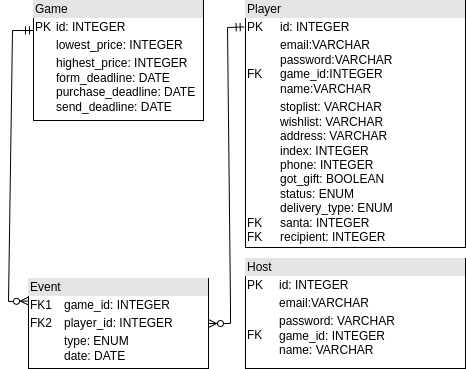
Before: assets/sql.png, a diagram exported from draw.io (moevm/nosql2h24-secret-santa). Source tidied: cells renumbered, new cells last; positions are measured from the earlier drawing's top-left corner, leaving out a move shared by most shapes.
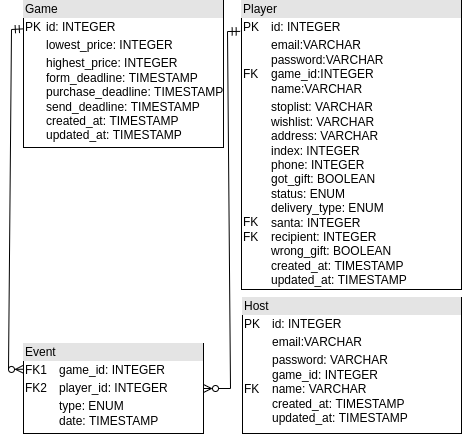
After the change.

The edit, as a diff of the source:
```diff
@@ -2,34 +2,33 @@
   <root>
     <mxCell id="0" />
     <mxCell id="1" parent="0" />
-    <mxCell id="2" value="&lt;div style=&quot;box-sizing:border-box;width:100%;background:#e4e4e4;padding:2px;&quot;&gt;Host&lt;/div&gt;&lt;table style=&quot;width:100%;font-size:1em;&quot; cellpadding=&quot;2&quot; cellspacing=&quot;0&quot;&gt;&lt;tbody&gt;&lt;tr&gt;&lt;td&gt;PK&lt;br&gt;&lt;/td&gt;&lt;td&gt;id: INTEGER&lt;/td&gt;&lt;/tr&gt;&lt;tr&gt;&lt;td&gt;&lt;/td&gt;&lt;td&gt;email:VARCHAR&lt;/td&gt;&lt;/tr&gt;&lt;tr&gt;&lt;td&gt;FK&lt;/td&gt;&lt;td&gt;password: VARCHAR&lt;br&gt;game_id: INTEGER&lt;br&gt;name: VARCHAR&lt;/td&gt;&lt;/tr&gt;&lt;/tbody&gt;&lt;/table&gt;" style="verticalAlign=top;align=left;overflow=fill;html=1;" parent="1" vertex="1">
-      <mxGeometry x="237" y="258" width="220" height="110" as="geometry" />
+    <mxCell id="2" value="&lt;div style=&quot;box-sizing:border-box;width:100%;background:#e4e4e4;padding:2px;&quot;&gt;Host&lt;/div&gt;&lt;table style=&quot;width:100%;font-size:1em;&quot; cellpadding=&quot;2&quot; cellspacing=&quot;0&quot;&gt;&lt;tbody&gt;&lt;tr&gt;&lt;td&gt;PK&lt;br&gt;&lt;/td&gt;&lt;td&gt;id: INTEGER&lt;/td&gt;&lt;/tr&gt;&lt;tr&gt;&lt;td&gt;&lt;/td&gt;&lt;td&gt;email:VARCHAR&lt;/td&gt;&lt;/tr&gt;&lt;tr&gt;&lt;td&gt;FK&lt;/td&gt;&lt;td&gt;password: VARCHAR&lt;br&gt;game_id: INTEGER&lt;br&gt;name: VARCHAR&lt;br&gt;created_at: TIMESTAMP&lt;br style=&quot;border-color: var(--border-color);&quot;&gt;updated_at: TIMESTAMP&lt;br style=&quot;border-color: var(--border-color);&quot;&gt;&lt;/td&gt;&lt;/tr&gt;&lt;/tbody&gt;&lt;/table&gt;" style="verticalAlign=top;align=left;overflow=fill;html=1;" parent="1" vertex="1">
+      <mxGeometry x="234" y="271" width="219" height="136" as="geometry" />
     </mxCell>
-    <mxCell id="3" value="&lt;div style=&quot;box-sizing:border-box;width:100%;background:#e4e4e4;padding:2px;&quot;&gt;Player&lt;/div&gt;&lt;table style=&quot;width:100%;font-size:1em;&quot; cellpadding=&quot;2&quot; cellspacing=&quot;0&quot;&gt;&lt;tbody&gt;&lt;tr&gt;&lt;td&gt;PK&lt;br&gt;&lt;/td&gt;&lt;td&gt;id: INTEGER&lt;/td&gt;&lt;/tr&gt;&lt;tr&gt;&lt;td&gt;&lt;br&gt;FK&lt;/td&gt;&lt;td&gt;email:VARCHAR&lt;br&gt;password:VARCHAR&lt;br&gt;game_id:INTEGER&lt;br&gt;name:VARCHAR&lt;/td&gt;&lt;/tr&gt;&lt;tr&gt;&lt;td&gt;&lt;br&gt;&lt;br&gt;&lt;br&gt;&lt;br&gt;&lt;br&gt;&lt;br&gt;&lt;br&gt;&lt;br&gt;FK&lt;br&gt;FK&lt;/td&gt;&lt;td&gt;stoplist: VARCHAR&lt;br&gt;wishlist: VARCHAR&lt;br&gt;address: VARCHAR&lt;br&gt;index: INTEGER&lt;br&gt;phone: INTEGER&lt;br&gt;got_gift: BOOLEAN&lt;br&gt;status: ENUM&lt;br&gt;delivery_type: ENUM&lt;br&gt;santa: INTEGER&lt;br&gt;recipient: INTEGER&lt;/td&gt;&lt;/tr&gt;&lt;/tbody&gt;&lt;/table&gt;" style="verticalAlign=top;align=left;overflow=fill;html=1;" parent="1" vertex="1">
-      <mxGeometry x="237" width="220" height="247" as="geometry" />
+    <mxCell id="3" value="&lt;div style=&quot;box-sizing:border-box;width:100%;background:#e4e4e4;padding:2px;&quot;&gt;Player&lt;/div&gt;&lt;table style=&quot;width:100%;font-size:1em;&quot; cellpadding=&quot;2&quot; cellspacing=&quot;0&quot;&gt;&lt;tbody&gt;&lt;tr&gt;&lt;td&gt;PK&lt;br&gt;&lt;/td&gt;&lt;td&gt;id: INTEGER&lt;/td&gt;&lt;/tr&gt;&lt;tr&gt;&lt;td&gt;&lt;br&gt;FK&lt;/td&gt;&lt;td&gt;email:VARCHAR&lt;br&gt;password:VARCHAR&lt;br&gt;game_id:INTEGER&lt;br&gt;name:VARCHAR&lt;/td&gt;&lt;/tr&gt;&lt;tr&gt;&lt;td&gt;&lt;br&gt;&lt;br&gt;&lt;br&gt;&lt;br&gt;&lt;br&gt;FK&lt;br&gt;FK&lt;/td&gt;&lt;td&gt;stoplist: VARCHAR&lt;br&gt;wishlist: VARCHAR&lt;br&gt;address: VARCHAR&lt;br&gt;index: INTEGER&lt;br&gt;phone: INTEGER&lt;br&gt;got_gift: BOOLEAN&lt;br&gt;status: ENUM&lt;br&gt;delivery_type: ENUM&lt;br&gt;santa: INTEGER&lt;br&gt;recipient: INTEGER&lt;br&gt;wrong_gift: BOOLEAN&lt;br&gt;created_at: TIMESTAMP&lt;br style=&quot;border-color: var(--border-color);&quot;&gt;updated_at: TIMESTAMP&lt;br style=&quot;border-color: var(--border-color);&quot;&gt;&lt;/td&gt;&lt;/tr&gt;&lt;/tbody&gt;&lt;/table&gt;" style="verticalAlign=top;align=left;overflow=fill;html=1;" parent="1" vertex="1">
+      <mxGeometry x="233" y="-26" width="220" height="289" as="geometry" />
     </mxCell>
     <mxCell id="4" style="edgeStyle=none;html=1;entryX=-0.006;entryY=0.107;entryDx=0;entryDy=0;startArrow=ERzeroToMany;startFill=0;endArrow=ERmandOne;endFill=0;rounded=0;exitX=1;exitY=0.5;exitDx=0;exitDy=0;entryPerimeter=0;" parent="1" edge="1" source="6" target="3">
       <mxGeometry relative="1" as="geometry">
         <Array as="points">
-          <mxPoint x="222" y="323" />
-          <mxPoint x="222" y="305" />
-          <mxPoint x="219" y="27" />
+          <mxPoint x="222" y="362" />
+          <mxPoint x="219" y="5" />
         </Array>
       </mxGeometry>
     </mxCell>
-    <mxCell id="5" style="edgeStyle=none;html=1;exitX=0;exitY=0.25;exitDx=0;exitDy=0;startArrow=ERzeroToMany;startFill=0;endArrow=ERmandOne;endFill=0;rounded=0;entryX=0;entryY=0.25;entryDx=0;entryDy=0;" parent="1" edge="1" source="6" target="7">
+    <mxCell id="5" style="edgeStyle=none;html=1;exitX=0;exitY=0.286;exitDx=0;exitDy=0;startArrow=ERzeroToMany;startFill=0;endArrow=ERmandOne;endFill=0;rounded=0;entryX=-0.001;entryY=0.193;entryDx=0;entryDy=0;entryPerimeter=0;exitPerimeter=0;" parent="1" edge="1" source="6" target="7">
       <mxGeometry relative="1" as="geometry">
         <Array as="points">
-          <mxPoint y="301" />
-          <mxPoint x="4" y="30" />
+          <mxPoint y="343" />
+          <mxPoint x="3" y="3" />
         </Array>
       </mxGeometry>
     </mxCell>
-    <mxCell id="6" value="&lt;div style=&quot;box-sizing:border-box;width:100%;background:#e4e4e4;padding:2px;&quot;&gt;Event&lt;/div&gt;&lt;table style=&quot;width:100%;font-size:1em;&quot; cellpadding=&quot;2&quot; cellspacing=&quot;0&quot;&gt;&lt;tbody&gt;&lt;tr&gt;&lt;td&gt;FK1&lt;/td&gt;&lt;td&gt;game_id: INTEGER&lt;/td&gt;&lt;/tr&gt;&lt;tr&gt;&lt;td&gt;FK2&lt;/td&gt;&lt;td&gt;player_id: INTEGER&lt;/td&gt;&lt;/tr&gt;&lt;tr&gt;&lt;td&gt;&lt;/td&gt;&lt;td&gt;type: ENUM&lt;br&gt;date: DATE&lt;/td&gt;&lt;/tr&gt;&lt;/tbody&gt;&lt;/table&gt;" style="verticalAlign=top;align=left;overflow=fill;html=1;" parent="1" vertex="1">
-      <mxGeometry x="20" y="278" width="180" height="90" as="geometry" />
+    <mxCell id="6" value="&lt;div style=&quot;box-sizing:border-box;width:100%;background:#e4e4e4;padding:2px;&quot;&gt;Event&lt;/div&gt;&lt;table style=&quot;width:100%;font-size:1em;&quot; cellpadding=&quot;2&quot; cellspacing=&quot;0&quot;&gt;&lt;tbody&gt;&lt;tr&gt;&lt;td&gt;FK1&lt;/td&gt;&lt;td&gt;game_id: INTEGER&lt;/td&gt;&lt;/tr&gt;&lt;tr&gt;&lt;td&gt;FK2&lt;/td&gt;&lt;td&gt;player_id: INTEGER&lt;/td&gt;&lt;/tr&gt;&lt;tr&gt;&lt;td&gt;&lt;/td&gt;&lt;td&gt;type: ENUM&lt;br&gt;date: TIMESTAMP&lt;/td&gt;&lt;/tr&gt;&lt;/tbody&gt;&lt;/table&gt;" style="verticalAlign=top;align=left;overflow=fill;html=1;" parent="1" vertex="1">
+      <mxGeometry x="15" y="317" width="180" height="90" as="geometry" />
     </mxCell>
-    <mxCell id="7" value="&lt;div style=&quot;box-sizing:border-box;width:100%;background:#e4e4e4;padding:2px;&quot;&gt;Game&lt;/div&gt;&lt;table style=&quot;width:100%;font-size:1em;&quot; cellpadding=&quot;2&quot; cellspacing=&quot;0&quot;&gt;&lt;tbody&gt;&lt;tr&gt;&lt;td&gt;PK&lt;/td&gt;&lt;td&gt;id: INTEGER&lt;/td&gt;&lt;/tr&gt;&lt;tr&gt;&lt;td&gt;&lt;br&gt;&lt;/td&gt;&lt;td&gt;lowest_price: INTEGER&lt;/td&gt;&lt;/tr&gt;&lt;tr&gt;&lt;td&gt;&lt;/td&gt;&lt;td&gt;highest_price: INTEGER&lt;br&gt;form_deadline: DATE&lt;br&gt;purchase_deadline: DATE&lt;br&gt;send_deadline: DATE&lt;/td&gt;&lt;/tr&gt;&lt;/tbody&gt;&lt;/table&gt;" style="verticalAlign=top;align=left;overflow=fill;html=1;" parent="1" vertex="1">
-      <mxGeometry x="25" width="170" height="120" as="geometry" />
+    <mxCell id="7" value="&lt;div style=&quot;box-sizing:border-box;width:100%;background:#e4e4e4;padding:2px;&quot;&gt;Game&lt;/div&gt;&lt;table style=&quot;width:100%;font-size:1em;&quot; cellpadding=&quot;2&quot; cellspacing=&quot;0&quot;&gt;&lt;tbody&gt;&lt;tr&gt;&lt;td&gt;PK&lt;/td&gt;&lt;td&gt;id: INTEGER&lt;/td&gt;&lt;/tr&gt;&lt;tr&gt;&lt;td&gt;&lt;br&gt;&lt;/td&gt;&lt;td&gt;lowest_price: INTEGER&lt;/td&gt;&lt;/tr&gt;&lt;tr&gt;&lt;td&gt;&lt;/td&gt;&lt;td&gt;highest_price: INTEGER&lt;br&gt;form_deadline: TIMESTAMP&lt;br&gt;purchase_deadline: TIMESTAMP&lt;br&gt;send_deadline: TIMESTAMP&lt;br&gt;created_at: TIMESTAMP&lt;br&gt;updated_at: TIMESTAMP&lt;br&gt;&lt;/td&gt;&lt;/tr&gt;&lt;/tbody&gt;&lt;/table&gt;" style="verticalAlign=top;align=left;overflow=fill;html=1;" parent="1" vertex="1">
+      <mxGeometry x="15" y="-26" width="200" height="147" as="geometry" />
     </mxCell>
   </root>
 </mxGraphModel>
```
